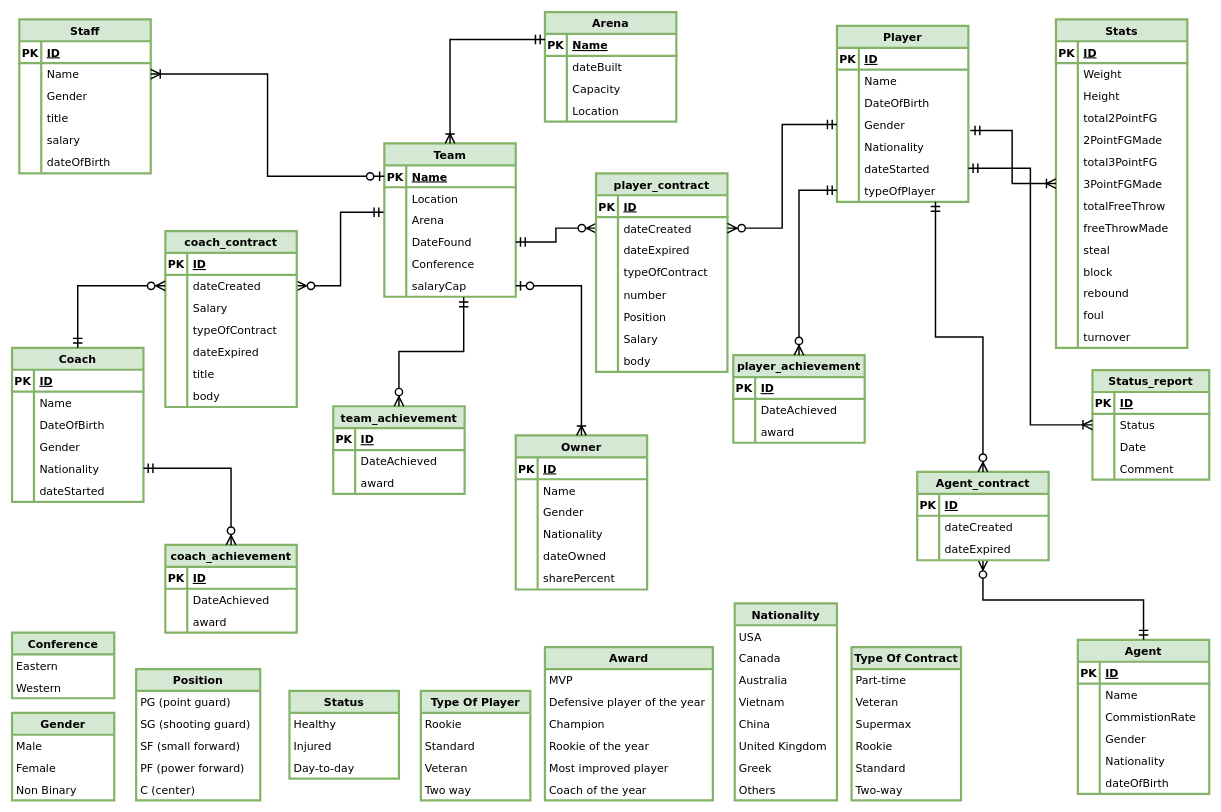
Before: Basketball Team Management.drawio in nvat96/basketballTeamManagement, a draw.io diagram. Source tidied: cells renumbered, new cells numbered last; positions are measured from the earlier drawing's top-left corner, leaving out a move shared by most shapes. Both pictures are drawn from the tidied source at 73%, with x=0, y=0 at pixel (12, 12).
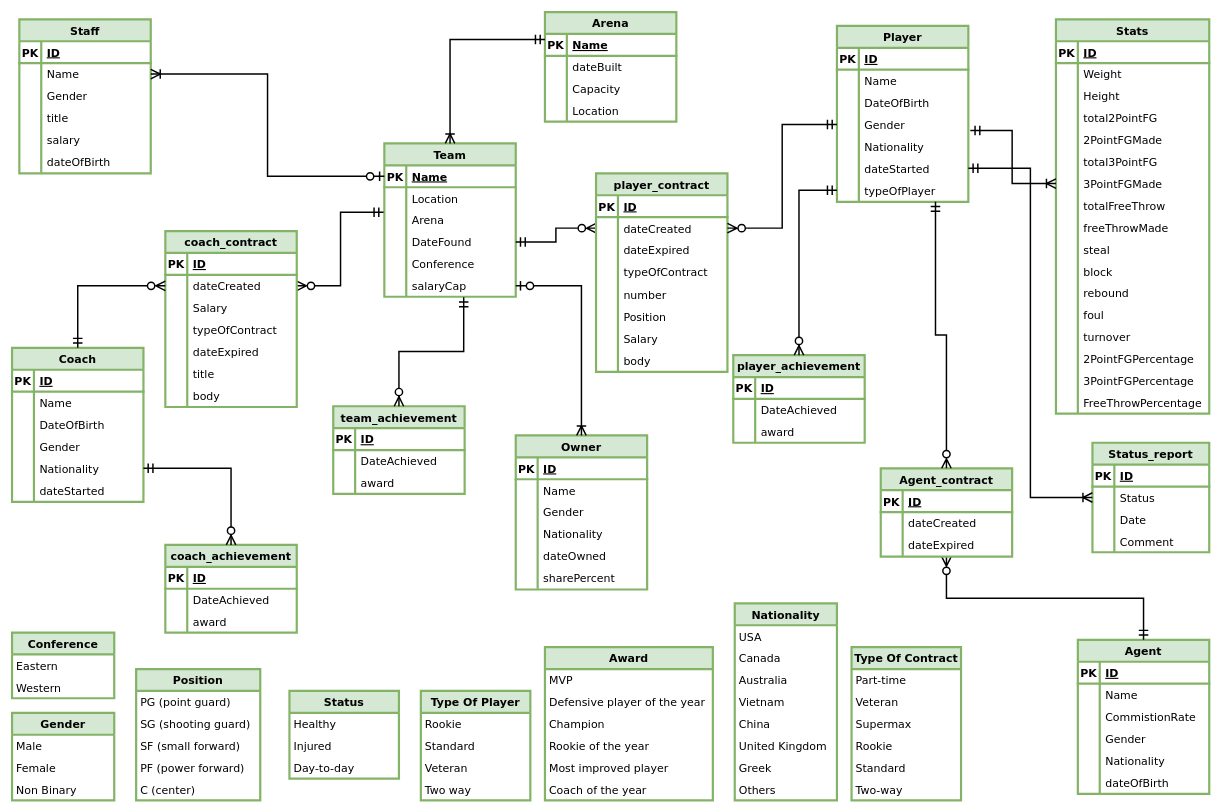
After the change.

What changed in the source:
```diff
@@
     <mxCell id="86" value="Status_report" style="shape=table;startSize=30;childLayout=tableLayout;rowLines=0;fontStyle=1;align=center;rounded=0;shadow=0;sketch=0;fontFamily=Verdana;fontSize=15;fontColor=default;strokeColor=#82b366;strokeWidth=3;fillColor=#d5e8d4;" parent="1" vertex="1">
-      <mxGeometry x="1480" y="490.5" width="160" height="150" as="geometry" />
+      <mxGeometry x="1480" y="590" width="160" height="150" as="geometry" />
     </mxCell>
@@
     <mxCell id="99" value="Stats" style="shape=table;startSize=30;childLayout=tableLayout;rowLines=0;fontStyle=1;align=center;rounded=0;shadow=0;sketch=0;fontFamily=Verdana;fontSize=15;fontColor=default;strokeColor=#82b366;strokeWidth=3;fillColor=#d5e8d4;" parent="1" vertex="1">
-      <mxGeometry x="1430" y="10" width="180" height="450" as="geometry" />
+      <mxGeometry x="1430" y="10" width="210" height="540" as="geometry" />
     </mxCell>
     <mxCell id="100" style="shape=tableRow;horizontal=0;startSize=0;swimlaneHead=0;swimlaneBody=0;fillColor=none;top=0;left=0;right=0;bottom=1;rounded=0;shadow=0;sketch=0;fontFamily=Verdana;fontSize=15;fontColor=default;strokeColor=#82b366;strokeWidth=3;" parent="99" vertex="1">
-      <mxGeometry y="30" width="180" height="30" as="geometry" />
+      <mxGeometry y="30" width="210" height="30" as="geometry" />
     </mxCell>
@@
     <mxCell id="102" value="ID" style="shape=partialRectangle;fillColor=none;top=0;left=0;bottom=0;right=0;align=left;spacingLeft=6;fontStyle=5;overflow=hidden;rounded=0;shadow=0;sketch=0;fontFamily=Verdana;fontSize=15;fontColor=default;startSize=30;strokeColor=#82b366;strokeWidth=3;" parent="100" vertex="1">
-      <mxGeometry x="30" width="150" height="30" as="geometry" />
+      <mxGeometry x="30" width="180" height="30" as="geometry" />
     </mxCell>
     <mxCell id="103" style="shape=tableRow;horizontal=0;startSize=0;swimlaneHead=0;swimlaneBody=0;fillColor=none;top=0;left=0;right=0;bottom=0;rounded=0;shadow=0;sketch=0;fontFamily=Verdana;fontSize=15;fontColor=default;strokeColor=#82b366;strokeWidth=3;" parent="99" vertex="1">
-      <mxGeometry y="60" width="180" height="30" as="geometry" />
+      <mxGeometry y="60" width="210" height="30" as="geometry" />
     </mxCell>
@@
     <mxCell id="105" value="Weight" style="shape=partialRectangle;fillColor=none;top=0;left=0;bottom=0;right=0;align=left;spacingLeft=6;overflow=hidden;rounded=0;shadow=0;sketch=0;fontFamily=Verdana;fontSize=15;fontColor=default;startSize=30;strokeColor=#82b366;strokeWidth=3;" parent="103" vertex="1">
-      <mxGeometry x="30" width="150" height="30" as="geometry" />
+      <mxGeometry x="30" width="180" height="30" as="geometry" />
     </mxCell>
     <mxCell id="106" style="shape=tableRow;horizontal=0;startSize=0;swimlaneHead=0;swimlaneBody=0;fillColor=none;top=0;left=0;right=0;bottom=0;rounded=0;shadow=0;sketch=0;fontFamily=Verdana;fontSize=15;fontColor=default;strokeColor=#82b366;strokeWidth=3;" parent="99" vertex="1">
-      <mxGeometry y="90" width="180" height="30" as="geometry" />
+      <mxGeometry y="90" width="210" height="30" as="geometry" />
     </mxCell>
@@
     <mxCell id="108" value="Height" style="shape=partialRectangle;fillColor=none;top=0;left=0;bottom=0;right=0;align=left;spacingLeft=6;overflow=hidden;rounded=0;shadow=0;sketch=0;fontFamily=Verdana;fontSize=15;fontColor=default;startSize=30;strokeColor=#82b366;strokeWidth=3;" parent="106" vertex="1">
-      <mxGeometry x="30" width="150" height="30" as="geometry" />
+      <mxGeometry x="30" width="180" height="30" as="geometry" />
     </mxCell>
     <mxCell id="109" style="shape=tableRow;horizontal=0;startSize=0;swimlaneHead=0;swimlaneBody=0;fillColor=none;top=0;left=0;right=0;bottom=0;rounded=0;shadow=0;sketch=0;fontFamily=Verdana;fontSize=15;fontColor=default;strokeColor=#82b366;strokeWidth=3;" parent="99" vertex="1">
-      <mxGeometry y="120" width="180" height="30" as="geometry" />
+      <mxGeometry y="120" width="210" height="30" as="geometry" />
     </mxCell>
@@
     <mxCell id="111" value="total2PointFG" style="shape=partialRectangle;fillColor=none;top=0;left=0;bottom=0;right=0;align=left;spacingLeft=6;overflow=hidden;rounded=0;shadow=0;sketch=0;fontFamily=Verdana;fontSize=15;fontColor=default;startSize=30;strokeColor=#82b366;strokeWidth=3;" parent="109" vertex="1">
-      <mxGeometry x="30" width="150" height="30" as="geometry" />
+      <mxGeometry x="30" width="180" height="30" as="geometry" />
     </mxCell>
     <mxCell id="112" style="shape=tableRow;horizontal=0;startSize=0;swimlaneHead=0;swimlaneBody=0;fillColor=none;top=0;left=0;right=0;bottom=0;rounded=0;shadow=0;sketch=0;fontFamily=Verdana;fontSize=15;fontColor=default;strokeColor=#82b366;strokeWidth=3;" parent="99" vertex="1">
-      <mxGeometry y="150" width="180" height="30" as="geometry" />
+      <mxGeometry y="150" width="210" height="30" as="geometry" />
     </mxCell>
@@
     <mxCell id="114" value="2PointFGMade" style="shape=partialRectangle;fillColor=none;top=0;left=0;bottom=0;right=0;align=left;spacingLeft=6;overflow=hidden;rounded=0;shadow=0;sketch=0;fontFamily=Verdana;fontSize=15;fontColor=default;startSize=30;strokeColor=#82b366;strokeWidth=3;" parent="112" vertex="1">
-      <mxGeometry x="30" width="150" height="30" as="geometry" />
+      <mxGeometry x="30" width="180" height="30" as="geometry" />
     </mxCell>
     <mxCell id="115" style="shape=tableRow;horizontal=0;startSize=0;swimlaneHead=0;swimlaneBody=0;fillColor=none;top=0;left=0;right=0;bottom=0;rounded=0;shadow=0;sketch=0;fontFamily=Verdana;fontSize=15;fontColor=default;strokeColor=#82b366;strokeWidth=3;" parent="99" vertex="1">
-      <mxGeometry y="180" width="180" height="30" as="geometry" />
+      <mxGeometry y="180" width="210" height="30" as="geometry" />
     </mxCell>
@@
     <mxCell id="117" value="total3PointFG" style="shape=partialRectangle;fillColor=none;top=0;left=0;bottom=0;right=0;align=left;spacingLeft=6;overflow=hidden;rounded=0;shadow=0;sketch=0;fontFamily=Verdana;fontSize=15;fontColor=default;startSize=30;strokeColor=#82b366;strokeWidth=3;" parent="115" vertex="1">
-      <mxGeometry x="30" width="150" height="30" as="geometry" />
+      <mxGeometry x="30" width="180" height="30" as="geometry" />
     </mxCell>
     <mxCell id="118" style="shape=tableRow;horizontal=0;startSize=0;swimlaneHead=0;swimlaneBody=0;fillColor=none;points=[[0,0.5],[1,0.5]];portConstraint=eastwest;top=0;left=0;right=0;bottom=0;rounded=0;shadow=0;sketch=0;fontFamily=Verdana;fontSize=15;fontColor=default;strokeColor=#82b366;strokeWidth=3;" parent="99" vertex="1">
-      <mxGeometry y="210" width="180" height="30" as="geometry" />
+      <mxGeometry y="210" width="210" height="30" as="geometry" />
     </mxCell>
@@
     <mxCell id="120" value="3PointFGMade" style="shape=partialRectangle;fillColor=none;top=0;left=0;bottom=0;right=0;align=left;spacingLeft=6;overflow=hidden;rounded=0;shadow=0;sketch=0;fontFamily=Verdana;fontSize=15;fontColor=default;startSize=30;strokeColor=#82b366;strokeWidth=3;" parent="118" vertex="1">
-      <mxGeometry x="30" width="150" height="30" as="geometry" />
+      <mxGeometry x="30" width="180" height="30" as="geometry" />
     </mxCell>
     <mxCell id="121" style="shape=tableRow;horizontal=0;startSize=0;swimlaneHead=0;swimlaneBody=0;fillColor=none;top=0;left=0;right=0;bottom=0;rounded=0;shadow=0;sketch=0;fontFamily=Verdana;fontSize=15;fontColor=default;strokeColor=#82b366;strokeWidth=3;" parent="99" vertex="1">
-      <mxGeometry y="240" width="180" height="30" as="geometry" />
+      <mxGeometry y="240" width="210" height="30" as="geometry" />
     </mxCell>
@@
     <mxCell id="123" value="totalFreeThrow" style="shape=partialRectangle;fillColor=none;top=0;left=0;bottom=0;right=0;align=left;spacingLeft=6;overflow=hidden;rounded=0;shadow=0;sketch=0;fontFamily=Verdana;fontSize=15;fontColor=default;startSize=30;strokeColor=#82b366;strokeWidth=3;" parent="121" vertex="1">
-      <mxGeometry x="30" width="150" height="30" as="geometry" />
+      <mxGeometry x="30" width="180" height="30" as="geometry" />
     </mxCell>
     <mxCell id="124" style="shape=tableRow;horizontal=0;startSize=0;swimlaneHead=0;swimlaneBody=0;fillColor=none;top=0;left=0;right=0;bottom=0;rounded=0;shadow=0;sketch=0;fontFamily=Verdana;fontSize=15;fontColor=default;strokeColor=#82b366;strokeWidth=3;" parent="99" vertex="1">
-      <mxGeometry y="270" width="180" height="30" as="geometry" />
+      <mxGeometry y="270" width="210" height="30" as="geometry" />
     </mxCell>
@@
     <mxCell id="126" value="freeThrowMade" style="shape=partialRectangle;fillColor=none;top=0;left=0;bottom=0;right=0;align=left;spacingLeft=6;overflow=hidden;rounded=0;shadow=0;sketch=0;fontFamily=Verdana;fontSize=15;fontColor=default;startSize=30;strokeColor=#82b366;strokeWidth=3;" parent="124" vertex="1">
-      <mxGeometry x="30" width="150" height="30" as="geometry" />
+      <mxGeometry x="30" width="180" height="30" as="geometry" />
     </mxCell>
     <mxCell id="127" style="shape=tableRow;horizontal=0;startSize=0;swimlaneHead=0;swimlaneBody=0;fillColor=none;top=0;left=0;right=0;bottom=0;rounded=0;shadow=0;sketch=0;fontFamily=Verdana;fontSize=15;fontColor=default;strokeColor=#82b366;strokeWidth=3;" parent="99" vertex="1">
-      <mxGeometry y="300" width="180" height="30" as="geometry" />
+      <mxGeometry y="300" width="210" height="30" as="geometry" />
     </mxCell>
@@
     <mxCell id="129" value="steal" style="shape=partialRectangle;fillColor=none;top=0;left=0;bottom=0;right=0;align=left;spacingLeft=6;overflow=hidden;rounded=0;shadow=0;sketch=0;fontFamily=Verdana;fontSize=15;fontColor=default;startSize=30;strokeColor=#82b366;strokeWidth=3;" parent="127" vertex="1">
-      <mxGeometry x="30" width="150" height="30" as="geometry" />
+      <mxGeometry x="30" width="180" height="30" as="geometry" />
     </mxCell>
     <mxCell id="130" style="shape=tableRow;horizontal=0;startSize=0;swimlaneHead=0;swimlaneBody=0;fillColor=none;top=0;left=0;right=0;bottom=0;rounded=0;shadow=0;sketch=0;fontFamily=Verdana;fontSize=15;fontColor=default;strokeColor=#82b366;strokeWidth=3;" parent="99" vertex="1">
-      <mxGeometry y="330" width="180" height="30" as="geometry" />
+      <mxGeometry y="330" width="210" height="30" as="geometry" />
     </mxCell>
@@
     <mxCell id="132" value="block" style="shape=partialRectangle;fillColor=none;top=0;left=0;bottom=0;right=0;align=left;spacingLeft=6;overflow=hidden;rounded=0;shadow=0;sketch=0;fontFamily=Verdana;fontSize=15;fontColor=default;startSize=30;strokeColor=#82b366;strokeWidth=3;" parent="130" vertex="1">
-      <mxGeometry x="30" width="150" height="30" as="geometry" />
+      <mxGeometry x="30" width="180" height="30" as="geometry" />
     </mxCell>
     <mxCell id="133" style="shape=tableRow;horizontal=0;startSize=0;swimlaneHead=0;swimlaneBody=0;fillColor=none;top=0;left=0;right=0;bottom=0;rounded=0;shadow=0;sketch=0;fontFamily=Verdana;fontSize=15;fontColor=default;strokeColor=#82b366;strokeWidth=3;" parent="99" vertex="1">
-      <mxGeometry y="360" width="180" height="30" as="geometry" />
+      <mxGeometry y="360" width="210" height="30" as="geometry" />
     </mxCell>
@@
     <mxCell id="135" value="rebound" style="shape=partialRectangle;fillColor=none;top=0;left=0;bottom=0;right=0;align=left;spacingLeft=6;overflow=hidden;rounded=0;shadow=0;sketch=0;fontFamily=Verdana;fontSize=15;fontColor=default;startSize=30;strokeColor=#82b366;strokeWidth=3;" parent="133" vertex="1">
-      <mxGeometry x="30" width="150" height="30" as="geometry" />
+      <mxGeometry x="30" width="180" height="30" as="geometry" />
     </mxCell>
     <mxCell id="136" style="shape=tableRow;horizontal=0;startSize=0;swimlaneHead=0;swimlaneBody=0;fillColor=none;top=0;left=0;right=0;bottom=0;rounded=0;shadow=0;sketch=0;fontFamily=Verdana;fontSize=15;fontColor=default;strokeColor=#82b366;strokeWidth=3;" parent="99" vertex="1">
-      <mxGeometry y="390" width="180" height="30" as="geometry" />
+      <mxGeometry y="390" width="210" height="30" as="geometry" />
     </mxCell>
@@
     <mxCell id="138" value="foul" style="shape=partialRectangle;fillColor=none;top=0;left=0;bottom=0;right=0;align=left;spacingLeft=6;overflow=hidden;rounded=0;shadow=0;sketch=0;fontFamily=Verdana;fontSize=15;fontColor=default;startSize=30;strokeColor=#82b366;strokeWidth=3;" parent="136" vertex="1">
-      <mxGeometry x="30" width="150" height="30" as="geometry" />
+      <mxGeometry x="30" width="180" height="30" as="geometry" />
     </mxCell>
     <mxCell id="139" style="shape=tableRow;horizontal=0;startSize=0;swimlaneHead=0;swimlaneBody=0;fillColor=none;top=0;left=0;right=0;bottom=0;rounded=0;shadow=0;sketch=0;fontFamily=Verdana;fontSize=15;fontColor=default;strokeColor=#82b366;strokeWidth=3;" parent="99" vertex="1">
-      <mxGeometry y="420" width="180" height="30" as="geometry" />
+      <mxGeometry y="420" width="210" height="30" as="geometry" />
     </mxCell>
@@
     <mxCell id="141" value="turnover" style="shape=partialRectangle;fillColor=none;top=0;left=0;bottom=0;right=0;align=left;spacingLeft=6;overflow=hidden;rounded=0;shadow=0;sketch=0;fontFamily=Verdana;fontSize=15;fontColor=default;startSize=30;strokeColor=#82b366;strokeWidth=3;" parent="139" vertex="1">
-      <mxGeometry x="30" width="150" height="30" as="geometry" />
+      <mxGeometry x="30" width="180" height="30" as="geometry" />
     </mxCell>
+    <mxCell id="334" style="shape=tableRow;horizontal=0;startSize=0;swimlaneHead=0;swimlaneBody=0;fillColor=none;top=0;left=0;right=0;bottom=0;rounded=0;shadow=0;sketch=0;fontFamily=Verdana;fontSize=15;fontColor=default;strokeColor=#82b366;strokeWidth=3;" parent="99" vertex="1">
+      <mxGeometry y="450" width="210" height="30" as="geometry" />
+    </mxCell>
+    <mxCell id="335" style="shape=partialRectangle;fillColor=none;top=0;left=0;bottom=0;right=0;overflow=hidden;rounded=0;shadow=0;sketch=0;fontFamily=Verdana;fontSize=15;fontColor=default;startSize=30;strokeColor=#82b366;strokeWidth=3;" parent="334" vertex="1">
+      <mxGeometry width="30" height="30" as="geometry" />
+    </mxCell>
+    <mxCell id="336" value="2PointFGPercentage" style="shape=partialRectangle;fillColor=none;top=0;left=0;bottom=0;right=0;align=left;spacingLeft=6;overflow=hidden;rounded=0;shadow=0;sketch=0;fontFamily=Verdana;fontSize=15;fontColor=default;startSize=30;strokeColor=#82b366;strokeWidth=3;" parent="334" vertex="1">
+      <mxGeometry x="30" width="180" height="30" as="geometry" />
+    </mxCell>
+    <mxCell id="337" style="shape=tableRow;horizontal=0;startSize=0;swimlaneHead=0;swimlaneBody=0;fillColor=none;top=0;left=0;right=0;bottom=0;rounded=0;shadow=0;sketch=0;fontFamily=Verdana;fontSize=15;fontColor=default;strokeColor=#82b366;strokeWidth=3;" parent="99" vertex="1">
+      <mxGeometry y="480" width="210" height="30" as="geometry" />
+    </mxCell>
+    <mxCell id="338" style="shape=partialRectangle;fillColor=none;top=0;left=0;bottom=0;right=0;overflow=hidden;rounded=0;shadow=0;sketch=0;fontFamily=Verdana;fontSize=15;fontColor=default;startSize=30;strokeColor=#82b366;strokeWidth=3;" parent="337" vertex="1">
+      <mxGeometry width="30" height="30" as="geometry" />
+    </mxCell>
+    <mxCell id="339" value="3PointFGPercentage" style="shape=partialRectangle;fillColor=none;top=0;left=0;bottom=0;right=0;align=left;spacingLeft=6;overflow=hidden;rounded=0;shadow=0;sketch=0;fontFamily=Verdana;fontSize=15;fontColor=default;startSize=30;strokeColor=#82b366;strokeWidth=3;" parent="337" vertex="1">
+      <mxGeometry x="30" width="180" height="30" as="geometry" />
+    </mxCell>
+    <mxCell id="340" style="shape=tableRow;horizontal=0;startSize=0;swimlaneHead=0;swimlaneBody=0;fillColor=none;top=0;left=0;right=0;bottom=0;rounded=0;shadow=0;sketch=0;fontFamily=Verdana;fontSize=15;fontColor=default;strokeColor=#82b366;strokeWidth=3;" parent="99" vertex="1">
+      <mxGeometry y="510" width="210" height="30" as="geometry" />
+    </mxCell>
+    <mxCell id="341" style="shape=partialRectangle;fillColor=none;top=0;left=0;bottom=0;right=0;overflow=hidden;rounded=0;shadow=0;sketch=0;fontFamily=Verdana;fontSize=15;fontColor=default;startSize=30;strokeColor=#82b366;strokeWidth=3;" parent="340" vertex="1">
+      <mxGeometry width="30" height="30" as="geometry" />
+    </mxCell>
+    <mxCell id="342" value="FreeThrowPercentage" style="shape=partialRectangle;fillColor=none;top=0;left=0;bottom=0;right=0;align=left;spacingLeft=6;overflow=hidden;rounded=0;shadow=0;sketch=0;fontFamily=Verdana;fontSize=15;fontColor=default;startSize=30;strokeColor=#82b366;strokeWidth=3;" parent="340" vertex="1">
+      <mxGeometry x="30" width="180" height="30" as="geometry" />
+    </mxCell>
@@
     <mxCell id="240" value="Agent_contract" style="shape=table;startSize=30;childLayout=tableLayout;rowLines=0;fontStyle=1;align=center;rounded=0;shadow=0;sketch=0;fontFamily=Verdana;fontSize=15;fontColor=default;strokeColor=#82b366;strokeWidth=3;fillColor=#d5e8d4;" parent="1" vertex="1">
-      <mxGeometry x="1240" y="630" width="180" height="121" as="geometry" />
+      <mxGeometry x="1190" y="625" width="180" height="121" as="geometry" />
     </mxCell>
```
